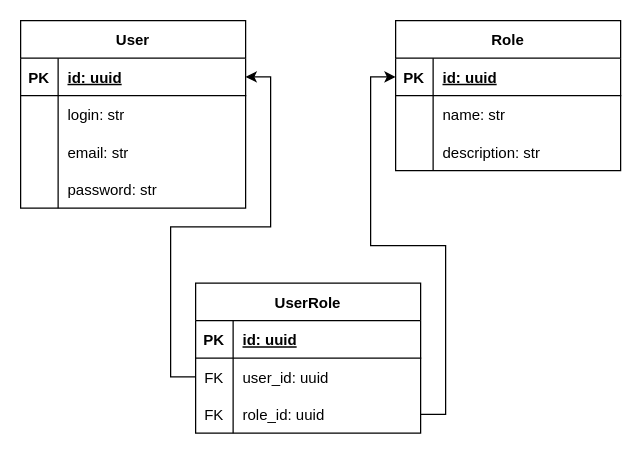
The draw.io diagram schemas/db.drawio in cement-hools/Auth_sprint_1, before the edit. Source tidied: cells renumbered, new cells numbered last; positions are measured from the earlier drawing's top-left corner, leaving out a move shared by most shapes. Both pictures are drawn from the tidied source at 125%, with x=0, y=0 at pixel (20, 20).
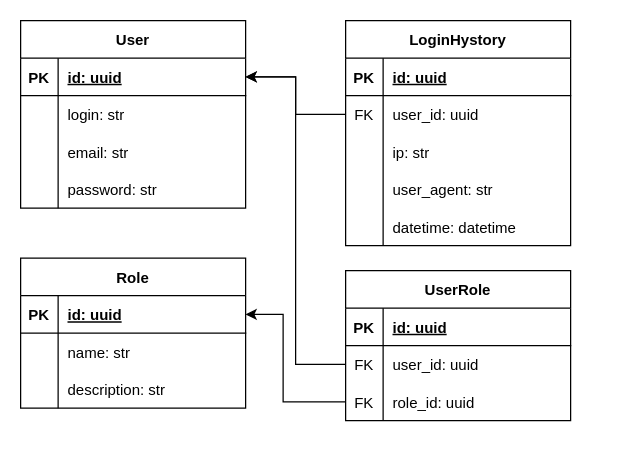
The same diagram, later.

Commit message:
Добавил таблицу history

Unchanged cells that the change refers to:
```xml
<mxCell id="3" style="shape=tableRow;horizontal=0;startSize=0;swimlaneHead=0;swimlaneBody=0;fillColor=none;points=[[0,0.5],[1,0.5]];portConstraint=eastwest;top=0;left=0;right=0;bottom=1;" parent="2" vertex="1">
  <mxGeometry y="30" width="180" height="30" as="geometry" />
</mxCell>
<mxCell id="16" style="shape=tableRow;horizontal=0;startSize=0;swimlaneHead=0;swimlaneBody=0;fillColor=none;points=[[0,0.5],[1,0.5]];portConstraint=eastwest;top=0;left=0;right=0;bottom=1;" parent="15" vertex="1">
  <mxGeometry y="30" width="180" height="30" as="geometry" />
</mxCell>
<mxCell id="32" style="shape=tableRow;horizontal=0;startSize=0;swimlaneHead=0;swimlaneBody=0;fillColor=none;points=[[0,0.5],[1,0.5]];portConstraint=eastwest;top=0;left=0;right=0;bottom=0;" parent="25" vertex="1">
  <mxGeometry y="90" width="180" height="30" as="geometry" />
</mxCell>
```

The edit, as a diff of the source:
```diff
@@
     <mxCell id="15" value="Role" style="shape=table;startSize=30;childLayout=tableLayout;rowLines=0;fontStyle=1;align=center;" parent="1" vertex="1">
-      <mxGeometry x="300" width="180" height="120" as="geometry" />
+      <mxGeometry y="190" width="180" height="120" as="geometry" />
     </mxCell>
@@
     <mxCell id="25" value="UserRole" style="shape=table;startSize=30;childLayout=tableLayout;rowLines=0;fontStyle=1;align=center;" parent="1" vertex="1">
-      <mxGeometry x="140" y="210" width="180" height="120" as="geometry" />
+      <mxGeometry x="260" y="200" width="180" height="120" as="geometry" />
     </mxCell>
@@
-    <mxCell id="36" style="edgeStyle=orthogonalEdgeStyle;rounded=0;jettySize=auto;html=1;exitX=1;exitY=0.5;exitDx=0;exitDy=0;entryX=0;entryY=0.5;entryDx=0;entryDy=0;" parent="1" edge="1" source="32" target="16">
-      <mxGeometry relative="1" as="geometry" />
+    <mxCell id="36" style="edgeStyle=orthogonalEdgeStyle;rounded=0;jettySize=auto;html=1;entryX=1;entryY=0.5;entryDx=0;entryDy=0;exitX=0;exitY=0.5;exitDx=0;exitDy=0;" parent="1" edge="1" source="32" target="16">
+      <mxGeometry relative="1" as="geometry">
+        <Array as="points">
+          <mxPoint x="210" y="305" />
+          <mxPoint x="210" y="235" />
+        </Array>
+      </mxGeometry>
     </mxCell>
+    <mxCell id="37" value="LoginHystory" style="shape=table;startSize=30;childLayout=tableLayout;rowLines=0;fontStyle=1;align=center;strokeWidth=1;flipH=0;flipV=0;direction=east;" parent="1" vertex="1">
+      <mxGeometry x="260" width="180" height="180" as="geometry" />
+    </mxCell>
+    <mxCell id="38" style="shape=tableRow;horizontal=0;startSize=0;swimlaneHead=0;swimlaneBody=0;fillColor=none;top=0;left=0;right=0;bottom=1;" parent="37" vertex="1">
+      <mxGeometry y="30" width="180" height="30" as="geometry" />
+    </mxCell>
+    <mxCell id="39" value="PK" style="shape=partialRectangle;fillColor=none;top=0;left=0;bottom=0;right=0;fontStyle=1;overflow=hidden;" parent="38" vertex="1">
+      <mxGeometry width="30" height="30" as="geometry" />
+    </mxCell>
+    <mxCell id="40" value="id: uuid" style="shape=partialRectangle;fillColor=none;top=0;left=0;bottom=0;right=0;align=left;spacingLeft=6;fontStyle=5;overflow=hidden;" parent="38" vertex="1">
+      <mxGeometry x="30" width="150" height="30" as="geometry" />
+    </mxCell>
+    <mxCell id="41" style="shape=tableRow;horizontal=0;startSize=0;swimlaneHead=0;swimlaneBody=0;fillColor=none;points=[[0,0.5],[1,0.5]];portConstraint=eastwest;top=0;left=0;right=0;bottom=0;" parent="37" vertex="1">
+      <mxGeometry y="60" width="180" height="30" as="geometry" />
+    </mxCell>
+    <mxCell id="42" value="FK" style="shape=partialRectangle;fillColor=none;top=0;left=0;bottom=0;right=0;overflow=hidden;" parent="41" vertex="1">
+      <mxGeometry width="30" height="30" as="geometry" />
+    </mxCell>
+    <mxCell id="43" value="user_id: uuid" style="shape=partialRectangle;top=0;left=0;bottom=0;right=0;align=left;spacingLeft=6;overflow=hidden;fillColor=none;sketch=0;shadow=0;" parent="41" vertex="1">
+      <mxGeometry x="30" width="150" height="30" as="geometry" />
+    </mxCell>
+    <mxCell id="44" style="shape=tableRow;horizontal=0;startSize=0;swimlaneHead=0;swimlaneBody=0;fillColor=none;top=0;left=0;right=0;bottom=0;" parent="37" vertex="1">
+      <mxGeometry y="90" width="180" height="30" as="geometry" />
+    </mxCell>
+    <mxCell id="45" style="shape=partialRectangle;fillColor=none;top=0;left=0;bottom=0;right=0;overflow=hidden;" parent="44" vertex="1">
+      <mxGeometry width="30" height="30" as="geometry" />
+    </mxCell>
+    <mxCell id="46" value="ip: str" style="shape=partialRectangle;fillColor=none;top=0;left=0;bottom=0;right=0;align=left;spacingLeft=6;overflow=hidden;" parent="44" vertex="1">
+      <mxGeometry x="30" width="150" height="30" as="geometry" />
+    </mxCell>
+    <mxCell id="47" style="shape=tableRow;horizontal=0;startSize=0;swimlaneHead=0;swimlaneBody=0;fillColor=none;top=0;left=0;right=0;bottom=0;" parent="37" vertex="1">
+      <mxGeometry y="120" width="180" height="30" as="geometry" />
+    </mxCell>
+    <mxCell id="48" style="shape=partialRectangle;fillColor=none;top=0;left=0;bottom=0;right=0;overflow=hidden;" parent="47" vertex="1">
+      <mxGeometry width="30" height="30" as="geometry" />
+    </mxCell>
+    <mxCell id="49" style="shape=partialRectangle;fillColor=none;top=0;left=0;bottom=0;right=0;align=left;spacingLeft=6;overflow=hidden;" parent="47" vertex="1">
+      <mxGeometry x="30" width="150" height="30" as="geometry" />
+    </mxCell>
+    <mxCell id="50" style="shape=tableRow;horizontal=0;startSize=0;swimlaneHead=0;swimlaneBody=0;fillColor=none;top=0;left=0;right=0;bottom=0;" parent="37" vertex="1">
+      <mxGeometry y="150" width="180" height="30" as="geometry" />
+    </mxCell>
+    <mxCell id="51" style="shape=partialRectangle;fillColor=none;top=0;left=0;bottom=0;right=0;overflow=hidden;" parent="50" vertex="1">
+      <mxGeometry width="30" height="30" as="geometry" />
+    </mxCell>
+    <mxCell id="52" value="datetime: datetime" style="shape=partialRectangle;fillColor=none;top=0;left=0;bottom=0;right=0;align=left;spacingLeft=6;overflow=hidden;" parent="50" vertex="1">
+      <mxGeometry x="30" width="150" height="30" as="geometry" />
+    </mxCell>
+    <mxCell id="53" style="edgeStyle=orthogonalEdgeStyle;rounded=0;jettySize=auto;html=1;exitX=0;exitY=0.5;exitDx=0;exitDy=0;entryX=1;entryY=0.5;entryDx=0;entryDy=0;" parent="1" edge="1" source="41" target="3">
+      <mxGeometry relative="1" as="geometry" />
+    </mxCell>
+    <mxCell id="54" value="user_agent: str" style="shape=partialRectangle;fillColor=none;top=0;left=0;bottom=0;right=0;align=left;spacingLeft=6;overflow=hidden;" parent="1" vertex="1">
+      <mxGeometry x="290" y="120" width="150" height="30" as="geometry" />
+    </mxCell>
```
